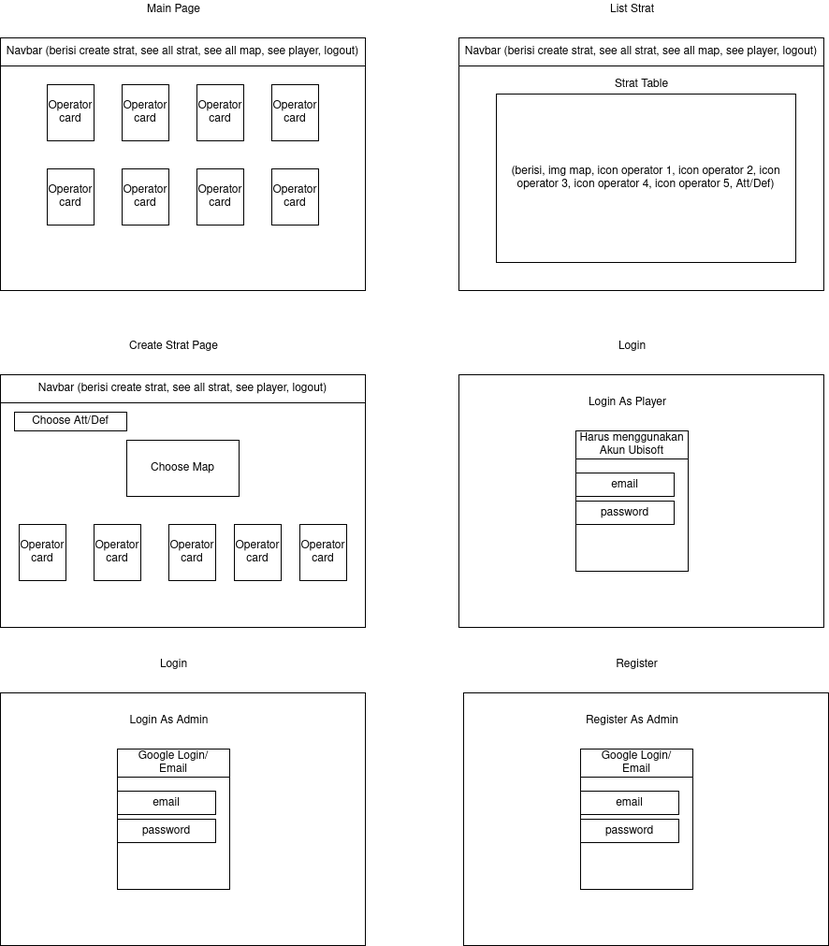
The draw.io diagram r6.drawio.png in rmt-20-tartu-fox/p2-iproject-server, before a commit. Source tidied: cells renumbered, new cells last; positions are measured from the earlier drawing's top-left corner, leaving out a move shared by most shapes. Its diagram source:
```xml
<mxGraphModel>
  <root>
    <mxCell id="0" />
    <mxCell id="1" parent="0" />
    <mxCell id="2" style="rounded=0;whiteSpace=wrap;html=1;" parent="1" vertex="1">
      <mxGeometry y="40" width="390" height="270" as="geometry" />
    </mxCell>
    <mxCell id="3" value="Main Page" style="text;html=1;align=center;verticalAlign=middle;strokeColor=none;fillColor=none;" parent="1" vertex="1">
      <mxGeometry x="150" width="70" height="20" as="geometry" />
    </mxCell>
    <mxCell id="4" value="Navbar (berisi create strat, see all strat, see all map, see player, logout)" style="rounded=0;whiteSpace=wrap;html=1;" parent="1" vertex="1">
      <mxGeometry y="40" width="390" height="30" as="geometry" />
    </mxCell>
    <mxCell id="5" value="&lt;div&gt;Operator&lt;/div&gt;&lt;div&gt;card&lt;br&gt;&lt;/div&gt;" style="rounded=0;whiteSpace=wrap;html=1;" parent="1" vertex="1">
      <mxGeometry x="50" y="90" width="50" height="60" as="geometry" />
    </mxCell>
    <mxCell id="6" value="&lt;div&gt;Operator&lt;/div&gt;&lt;div&gt;card&lt;br&gt;&lt;/div&gt;" style="rounded=0;whiteSpace=wrap;html=1;" parent="1" vertex="1">
      <mxGeometry x="130" y="90" width="50" height="60" as="geometry" />
    </mxCell>
    <mxCell id="7" value="&lt;div&gt;Operator&lt;/div&gt;&lt;div&gt;card&lt;br&gt;&lt;/div&gt;" style="rounded=0;whiteSpace=wrap;html=1;" parent="1" vertex="1">
      <mxGeometry x="210" y="90" width="50" height="60" as="geometry" />
    </mxCell>
    <mxCell id="8" value="&lt;div&gt;Operator&lt;/div&gt;&lt;div&gt;card&lt;br&gt;&lt;/div&gt;" style="rounded=0;whiteSpace=wrap;html=1;" parent="1" vertex="1">
      <mxGeometry x="290" y="90" width="50" height="60" as="geometry" />
    </mxCell>
    <mxCell id="9" value="&lt;div&gt;Operator&lt;/div&gt;&lt;div&gt;card&lt;br&gt;&lt;/div&gt;" style="rounded=0;whiteSpace=wrap;html=1;" parent="1" vertex="1">
      <mxGeometry x="130" y="180" width="50" height="60" as="geometry" />
    </mxCell>
    <mxCell id="10" value="&lt;div&gt;Operator&lt;/div&gt;&lt;div&gt;card&lt;br&gt;&lt;/div&gt;" style="rounded=0;whiteSpace=wrap;html=1;" parent="1" vertex="1">
      <mxGeometry x="210" y="180" width="50" height="60" as="geometry" />
    </mxCell>
    <mxCell id="11" value="&lt;div&gt;Operator&lt;/div&gt;&lt;div&gt;card&lt;br&gt;&lt;/div&gt;" style="rounded=0;whiteSpace=wrap;html=1;" parent="1" vertex="1">
      <mxGeometry x="290" y="180" width="50" height="60" as="geometry" />
    </mxCell>
    <mxCell id="12" value="&lt;div&gt;Operator&lt;/div&gt;&lt;div&gt;card&lt;br&gt;&lt;/div&gt;" style="rounded=0;whiteSpace=wrap;html=1;" parent="1" vertex="1">
      <mxGeometry x="50" y="180" width="50" height="60" as="geometry" />
    </mxCell>
    <mxCell id="13" style="rounded=0;whiteSpace=wrap;html=1;" parent="1" vertex="1">
      <mxGeometry y="400" width="390" height="270" as="geometry" />
    </mxCell>
    <mxCell id="14" value="Create Strat Page" style="text;html=1;align=center;verticalAlign=middle;strokeColor=none;fillColor=none;" parent="1" vertex="1">
      <mxGeometry x="130" y="360" width="110" height="20" as="geometry" />
    </mxCell>
    <mxCell id="15" value="Navbar (berisi create strat, see all strat, see player, logout)" style="rounded=0;whiteSpace=wrap;html=1;" parent="1" vertex="1">
      <mxGeometry y="400" width="390" height="30" as="geometry" />
    </mxCell>
    <mxCell id="16" value="&lt;div&gt;Operator&lt;/div&gt;&lt;div&gt;card&lt;br&gt;&lt;/div&gt;" style="rounded=0;whiteSpace=wrap;html=1;" parent="1" vertex="1">
      <mxGeometry x="100" y="560" width="50" height="60" as="geometry" />
    </mxCell>
    <mxCell id="17" value="&lt;div&gt;Operator&lt;/div&gt;&lt;div&gt;card&lt;br&gt;&lt;/div&gt;" style="rounded=0;whiteSpace=wrap;html=1;" parent="1" vertex="1">
      <mxGeometry x="180" y="560" width="50" height="60" as="geometry" />
    </mxCell>
    <mxCell id="18" value="&lt;div&gt;Operator&lt;/div&gt;&lt;div&gt;card&lt;br&gt;&lt;/div&gt;" style="rounded=0;whiteSpace=wrap;html=1;" parent="1" vertex="1">
      <mxGeometry x="320" y="560" width="50" height="60" as="geometry" />
    </mxCell>
    <mxCell id="19" value="&lt;div&gt;Operator&lt;/div&gt;&lt;div&gt;card&lt;br&gt;&lt;/div&gt;" style="rounded=0;whiteSpace=wrap;html=1;" parent="1" vertex="1">
      <mxGeometry x="20" y="560" width="50" height="60" as="geometry" />
    </mxCell>
    <mxCell id="20" value="Choose Att/Def" style="rounded=0;whiteSpace=wrap;html=1;" parent="1" vertex="1">
      <mxGeometry x="15" y="440" width="120" height="20" as="geometry" />
    </mxCell>
    <mxCell id="21" value="Choose Map" style="rounded=0;whiteSpace=wrap;html=1;" parent="1" vertex="1">
      <mxGeometry x="135" y="470" width="120" height="60" as="geometry" />
    </mxCell>
    <mxCell id="22" value="&lt;div&gt;Operator&lt;/div&gt;&lt;div&gt;card&lt;br&gt;&lt;/div&gt;" style="rounded=0;whiteSpace=wrap;html=1;" parent="1" vertex="1">
      <mxGeometry x="250" y="560" width="50" height="60" as="geometry" />
    </mxCell>
    <mxCell id="23" style="rounded=0;whiteSpace=wrap;html=1;" parent="1" vertex="1">
      <mxGeometry x="490" y="40" width="390" height="270" as="geometry" />
    </mxCell>
    <mxCell id="24" value="List Strat" style="text;html=1;align=center;verticalAlign=middle;strokeColor=none;fillColor=none;" parent="1" vertex="1">
      <mxGeometry x="645" width="60" height="20" as="geometry" />
    </mxCell>
    <mxCell id="25" value="Navbar (berisi create strat, see all strat, see all map, see player, logout)" style="rounded=0;whiteSpace=wrap;html=1;" parent="1" vertex="1">
      <mxGeometry x="490" y="40" width="390" height="30" as="geometry" />
    </mxCell>
    <mxCell id="26" value="(berisi, img map, icon operator 1, icon operator 2, icon operator 3, icon operator 4, icon operator 5, Att/Def)" style="rounded=0;whiteSpace=wrap;html=1;" parent="1" vertex="1">
      <mxGeometry x="530" y="100" width="320" height="180" as="geometry" />
    </mxCell>
    <mxCell id="27" value="Strat Table" style="text;html=1;align=center;verticalAlign=middle;strokeColor=none;fillColor=none;" parent="1" vertex="1">
      <mxGeometry x="650" y="80" width="70" height="20" as="geometry" />
    </mxCell>
    <mxCell id="28" style="rounded=0;whiteSpace=wrap;html=1;" parent="1" vertex="1">
      <mxGeometry x="490" y="400" width="390" height="270" as="geometry" />
    </mxCell>
    <mxCell id="29" value="Login" style="text;html=1;align=center;verticalAlign=middle;strokeColor=none;fillColor=none;" parent="1" vertex="1">
      <mxGeometry x="655" y="360" width="40" height="20" as="geometry" />
    </mxCell>
    <mxCell id="30" style="rounded=0;whiteSpace=wrap;html=1;" parent="1" vertex="1">
      <mxGeometry x="615" y="460" width="120" height="150" as="geometry" />
    </mxCell>
    <mxCell id="31" value="Login As Player" style="text;html=1;align=center;verticalAlign=middle;strokeColor=none;fillColor=none;" parent="1" vertex="1">
      <mxGeometry x="620" y="420" width="100" height="20" as="geometry" />
    </mxCell>
    <mxCell id="32" value="&lt;div&gt;Harus menggunakan&lt;/div&gt;&lt;div&gt;Akun Ubisoft&lt;br&gt;&lt;/div&gt;" style="rounded=0;whiteSpace=wrap;html=1;" parent="1" vertex="1">
      <mxGeometry x="615" y="460" width="120" height="30" as="geometry" />
    </mxCell>
    <mxCell id="33" value="email" style="rounded=0;whiteSpace=wrap;html=1;" parent="1" vertex="1">
      <mxGeometry x="615" y="505" width="105" height="25" as="geometry" />
    </mxCell>
    <mxCell id="34" value="password" style="rounded=0;whiteSpace=wrap;html=1;" parent="1" vertex="1">
      <mxGeometry x="615" y="535" width="105" height="25" as="geometry" />
    </mxCell>
    <mxCell id="35" style="rounded=0;whiteSpace=wrap;html=1;" parent="1" vertex="1">
      <mxGeometry y="740" width="390" height="270" as="geometry" />
    </mxCell>
    <mxCell id="36" value="Login" style="text;html=1;align=center;verticalAlign=middle;strokeColor=none;fillColor=none;" parent="1" vertex="1">
      <mxGeometry x="165" y="700" width="40" height="20" as="geometry" />
    </mxCell>
    <mxCell id="37" style="rounded=0;whiteSpace=wrap;html=1;" parent="1" vertex="1">
      <mxGeometry x="125" y="800" width="120" height="150" as="geometry" />
    </mxCell>
    <mxCell id="38" value="Login As Admin" style="text;html=1;align=center;verticalAlign=middle;strokeColor=none;fillColor=none;" parent="1" vertex="1">
      <mxGeometry x="130" y="760" width="100" height="20" as="geometry" />
    </mxCell>
    <mxCell id="39" value="&lt;div&gt;Google Login/&lt;/div&gt;&lt;div&gt;Email&lt;br&gt;&lt;/div&gt;" style="rounded=0;whiteSpace=wrap;html=1;" parent="1" vertex="1">
      <mxGeometry x="125" y="800" width="120" height="30" as="geometry" />
    </mxCell>
    <mxCell id="40" value="email" style="rounded=0;whiteSpace=wrap;html=1;" parent="1" vertex="1">
      <mxGeometry x="125" y="845" width="105" height="25" as="geometry" />
    </mxCell>
    <mxCell id="41" value="password" style="rounded=0;whiteSpace=wrap;html=1;" parent="1" vertex="1">
      <mxGeometry x="125" y="875" width="105" height="25" as="geometry" />
    </mxCell>
    <mxCell id="42" style="rounded=0;whiteSpace=wrap;html=1;" parent="1" vertex="1">
      <mxGeometry x="495" y="740" width="390" height="270" as="geometry" />
    </mxCell>
    <mxCell id="43" value="Register" style="text;html=1;align=center;verticalAlign=middle;strokeColor=none;fillColor=none;" parent="1" vertex="1">
      <mxGeometry x="650" y="700" width="60" height="20" as="geometry" />
    </mxCell>
    <mxCell id="44" style="rounded=0;whiteSpace=wrap;html=1;" parent="1" vertex="1">
      <mxGeometry x="620" y="800" width="120" height="150" as="geometry" />
    </mxCell>
    <mxCell id="45" value="Register As Admin" style="text;html=1;align=center;verticalAlign=middle;strokeColor=none;fillColor=none;" parent="1" vertex="1">
      <mxGeometry x="620" y="760" width="110" height="20" as="geometry" />
    </mxCell>
    <mxCell id="46" value="&lt;div&gt;Google Login/&lt;/div&gt;&lt;div&gt;Email&lt;br&gt;&lt;/div&gt;" style="rounded=0;whiteSpace=wrap;html=1;" parent="1" vertex="1">
      <mxGeometry x="620" y="800" width="120" height="30" as="geometry" />
    </mxCell>
    <mxCell id="47" value="email" style="rounded=0;whiteSpace=wrap;html=1;" parent="1" vertex="1">
      <mxGeometry x="620" y="845" width="105" height="25" as="geometry" />
    </mxCell>
    <mxCell id="48" value="password" style="rounded=0;whiteSpace=wrap;html=1;" parent="1" vertex="1">
      <mxGeometry x="620" y="875" width="105" height="25" as="geometry" />
    </mxCell>
  </root>
</mxGraphModel>
```
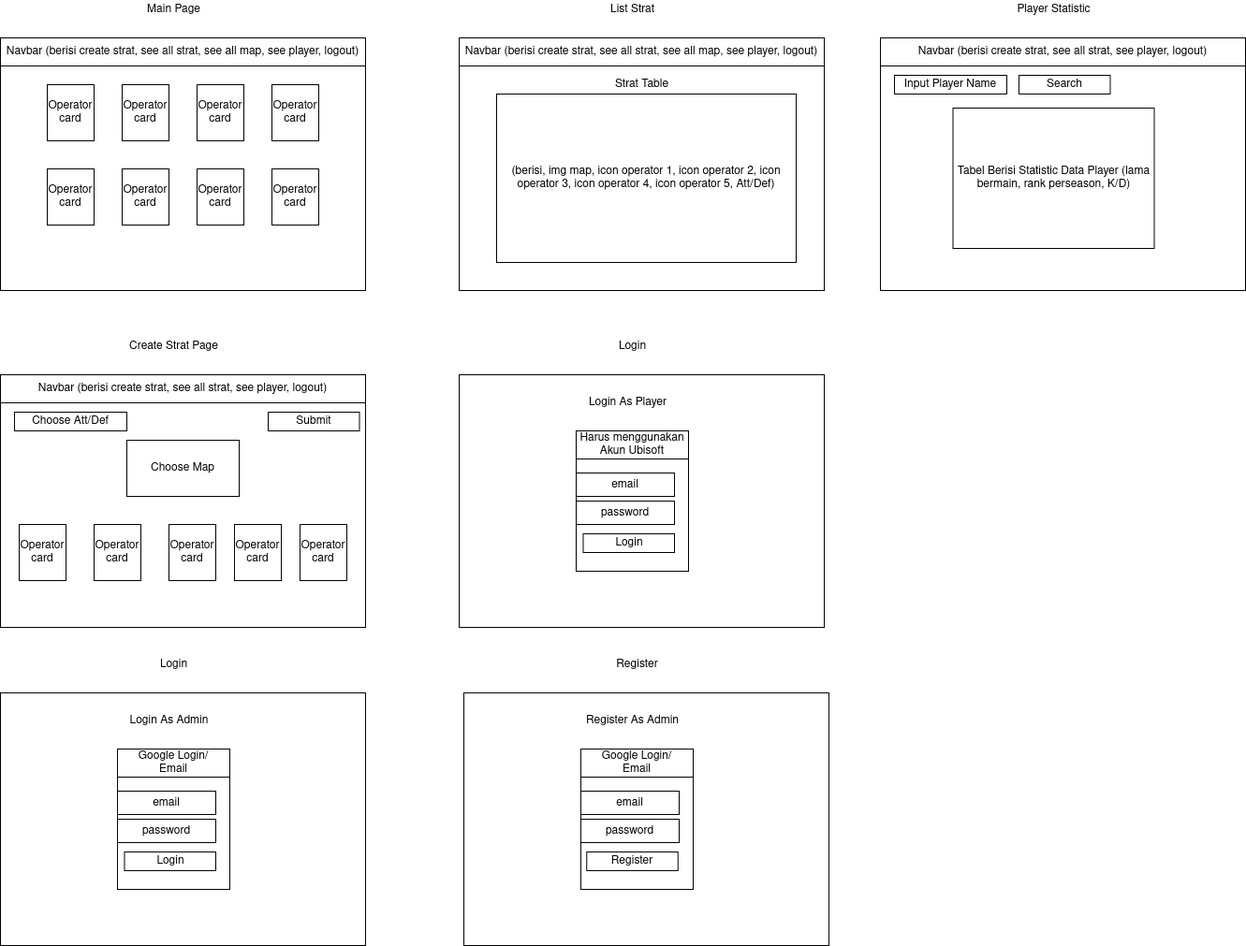
After the commit.

Commit message:
perbaikan mockup

The edit, as a diff of the source:
```diff
@@ -143,5 +143,35 @@
     <mxCell id="48" value="password" style="rounded=0;whiteSpace=wrap;html=1;" parent="1" vertex="1">
       <mxGeometry x="620" y="875" width="105" height="25" as="geometry" />
     </mxCell>
+    <mxCell id="49" style="rounded=0;whiteSpace=wrap;html=1;" parent="1" vertex="1">
+      <mxGeometry x="940" y="40" width="390" height="270" as="geometry" />
+    </mxCell>
+    <mxCell id="50" value="Player Statistic" style="text;html=1;align=center;verticalAlign=middle;strokeColor=none;fillColor=none;" parent="1" vertex="1">
+      <mxGeometry x="1080" width="90" height="20" as="geometry" />
+    </mxCell>
+    <mxCell id="51" value="Navbar (berisi create strat, see all strat, see player, logout)" style="rounded=0;whiteSpace=wrap;html=1;" parent="1" vertex="1">
+      <mxGeometry x="940" y="40" width="390" height="30" as="geometry" />
+    </mxCell>
+    <mxCell id="52" value="Input Player Name" style="rounded=0;whiteSpace=wrap;html=1;" parent="1" vertex="1">
+      <mxGeometry x="955" y="80" width="120" height="20" as="geometry" />
+    </mxCell>
+    <mxCell id="53" value="Tabel Berisi Statistic Data Player (lama bermain, rank perseason, K/D)" style="rounded=0;whiteSpace=wrap;html=1;" parent="1" vertex="1">
+      <mxGeometry x="1017.5" y="115" width="215" height="150" as="geometry" />
+    </mxCell>
+    <mxCell id="54" value="Login" style="rounded=0;whiteSpace=wrap;html=1;" parent="1" vertex="1">
+      <mxGeometry x="622.5" y="570" width="97.5" height="20" as="geometry" />
+    </mxCell>
+    <mxCell id="55" value="Login" style="rounded=0;whiteSpace=wrap;html=1;" parent="1" vertex="1">
+      <mxGeometry x="132.5" y="910" width="97.5" height="20" as="geometry" />
+    </mxCell>
+    <mxCell id="56" value="Register" style="rounded=0;whiteSpace=wrap;html=1;" parent="1" vertex="1">
+      <mxGeometry x="626.2" y="910" width="97.5" height="20" as="geometry" />
+    </mxCell>
+    <mxCell id="57" value="Submit" style="rounded=0;whiteSpace=wrap;html=1;" parent="1" vertex="1">
+      <mxGeometry x="286" y="440" width="97.5" height="20" as="geometry" />
+    </mxCell>
+    <mxCell id="58" value="Search" style="rounded=0;whiteSpace=wrap;html=1;" parent="1" vertex="1">
+      <mxGeometry x="1088" y="80" width="97.5" height="20" as="geometry" />
+    </mxCell>
   </root>
 </mxGraphModel>
```
